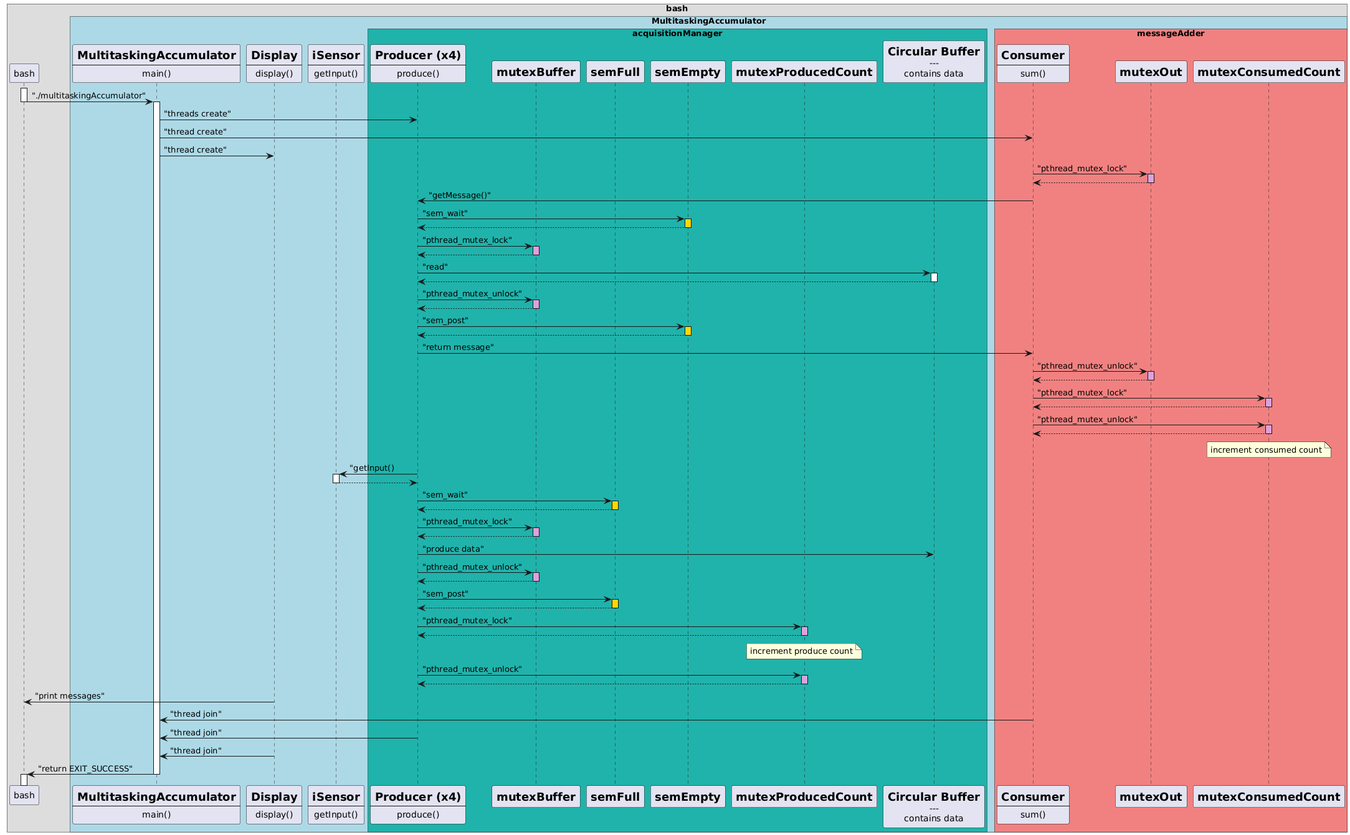
JustinF02/multitasking_training_practical_work keeps this PlantUML diagram as exercice-1/diagrams/sequenceDiagram.png. Above is the earlier version. Its diagram source:
```plantuml
@startuml
!pragma teoz true
box "bash"
participant bash


box "MultitaskingAccumulator" #lightblue

participant main [
    =MultitaskingAccumulator
    ----
    main()
]
participant Display_Thread [
    =Display
    ----
    display()
]
participant iSensor [
    =iSensor
    ----
    getInput()
]

box "acquisitionManager" #LightSeaGreen

participant Producer_Thread [
    =Producer (x4)
    ----
    produce()
]

participant mutexBuffer [
    =mutexBuffer
]

participant semFull [
    =semFull
]

participant semEmpty [
    =semEmpty
]

participant mutexProducedCount [
    =mutexProducedCount
]

participant Buffer [
    =Circular Buffer
    ---
    contains data
]
end box
box "messageAdder" #lightcoral

participant Consumer_Thread [
    =Consumer
    ----
    sum()
]

participant mutexOut [
    =mutexOut
]
participant mutexConsumedCount [
    =mutexConsumedCount
]

end box
end box
end box



activate bash
bash -> main --++ : "./multitaskingAccumulator"

main -> Producer_Thread:"threads create"
main -> Consumer_Thread:"thread create"
main -> Display_Thread:"thread create"



Consumer_Thread -> mutexOut: "pthread_mutex_lock"
activate mutexOut #plum
return

Consumer_Thread -> Producer_Thread:"getMessage()"
Producer_Thread -> semEmpty:"sem_wait"
activate semEmpty #gold
return

Producer_Thread -> mutexBuffer:"pthread_mutex_lock"
activate mutexBuffer #plum
return
Producer_Thread -> Buffer:"read"
activate Buffer
return
Producer_Thread -> mutexBuffer:"pthread_mutex_unlock"
activate mutexBuffer #plum
return

Producer_Thread -> semEmpty:"sem_post"
activate semEmpty #gold
return

Producer_Thread->Consumer_Thread:"return message"

Consumer_Thread -> mutexOut: "pthread_mutex_unlock"
activate mutexOut #plum
return



Consumer_Thread -> mutexConsumedCount: "pthread_mutex_lock"
activate mutexConsumedCount #plum
return

Consumer_Thread -> mutexConsumedCount: "pthread_mutex_unlock"
activate mutexConsumedCount #plum
return
note over mutexConsumedCount : increment consumed count

Producer_Thread -> iSensor:"getInput()
activate iSensor
return
Producer_Thread -> semFull:"sem_wait"
activate semFull #gold
return
Producer_Thread -> mutexBuffer:"pthread_mutex_lock"
activate mutexBuffer #plum
return
Producer_Thread -> Buffer:"produce data"
Producer_Thread -> mutexBuffer:"pthread_mutex_unlock"
activate mutexBuffer #plum
return
Producer_Thread -> semFull:"sem_post"
activate semFull #gold
return

Producer_Thread -> mutexProducedCount:"pthread_mutex_lock"
activate mutexProducedCount #plum
return
note over mutexProducedCount : increment produce count
Producer_Thread -> mutexProducedCount:"pthread_mutex_unlock"
activate mutexProducedCount #plum
return



Display_Thread -> bash:"print messages"
Consumer_Thread -> main:"thread join"
Producer_Thread -> main:"thread join"
Display_Thread -> main:"thread join"












main -> bash --++: "return EXIT_SUCCESS"
@enduml
```
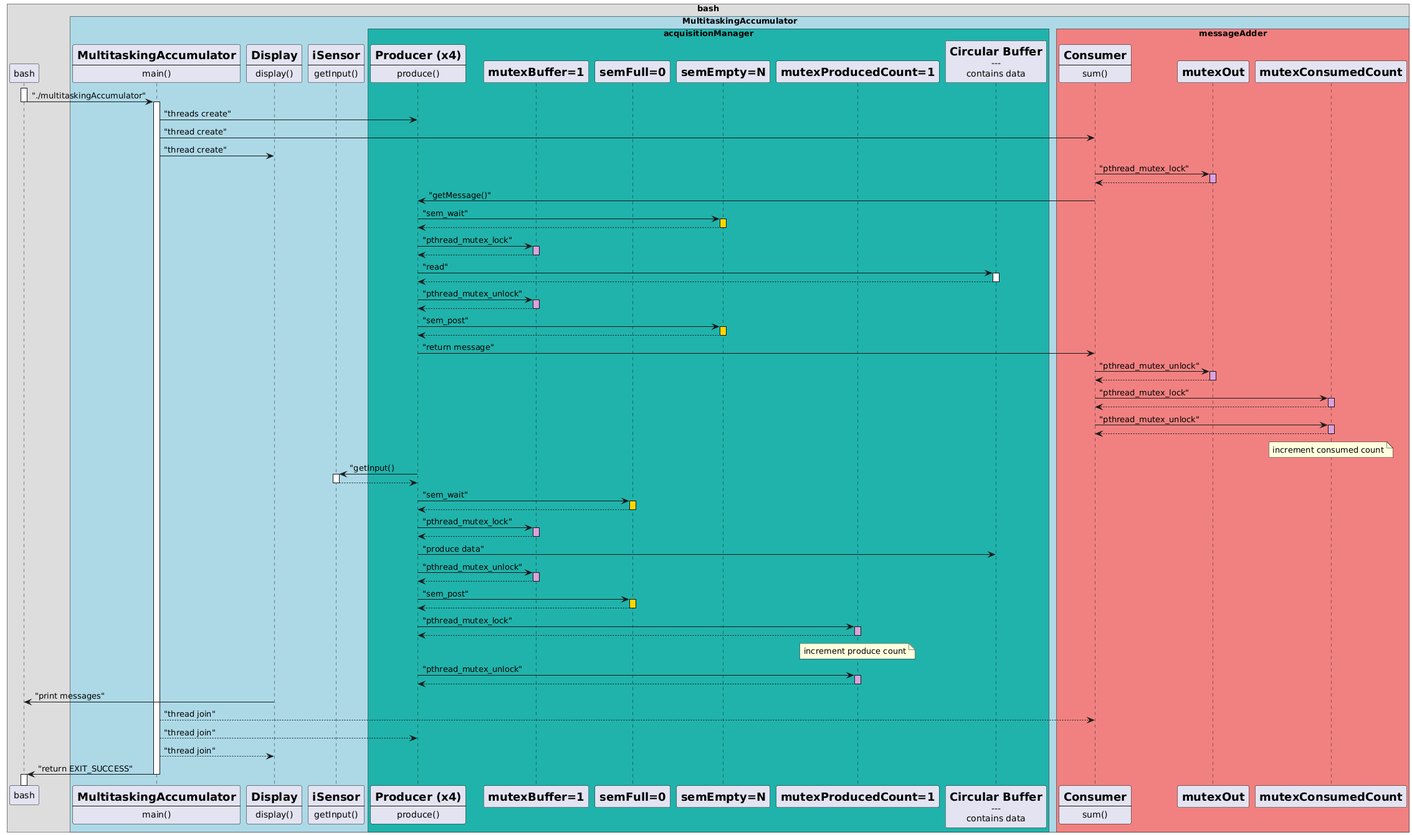
After the change.

Commit message:
feat: update multitasking accumulator diagram

What changed in the source:
```diff
@@ -31,19 +31,19 @@
 ]
 
 participant mutexBuffer [
-    =mutexBuffer
+    =mutexBuffer=1
 ]
 
 participant semFull [
-    =semFull
+    =semFull=0
 ]
 
 participant semEmpty [
-    =semEmpty
+    =semEmpty=N
 ]
 
 participant mutexProducedCount [
-    =mutexProducedCount
+    =mutexProducedCount=1
 ]
 
 participant Buffer [
@@ -150,9 +150,9 @@
 
 
 Display_Thread -> bash:"print messages"
-Consumer_Thread -> main:"thread join"
-Producer_Thread -> main:"thread join"
-Display_Thread -> main:"thread join"
+main --> Consumer_Thread:"thread join"
+main --> Producer_Thread:"thread join"
+main --> Display_Thread:"thread join"
 
 
 
```
